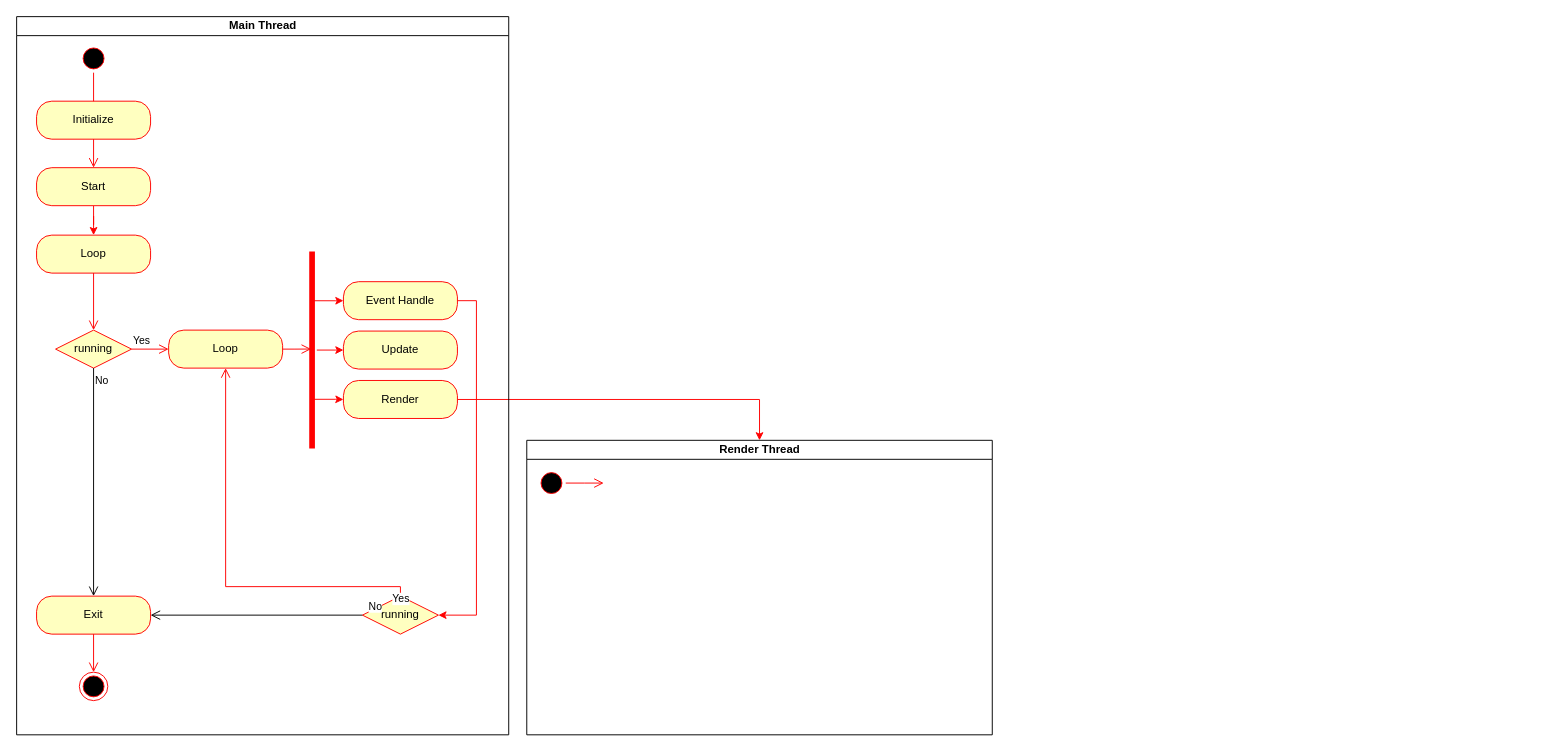
This is Doc/Diagrams/ActivityDiagram.drawio from tptindev/BeEngine, a draw.io file, before an edit. Source tidied: cells renumbered, new cells numbered last; positions are measured from the earlier drawing's top-left corner, leaving out a move shared by most shapes. Both pictures are drawn from the tidied source at 95%, with x=0, y=0 at pixel (16, 16).
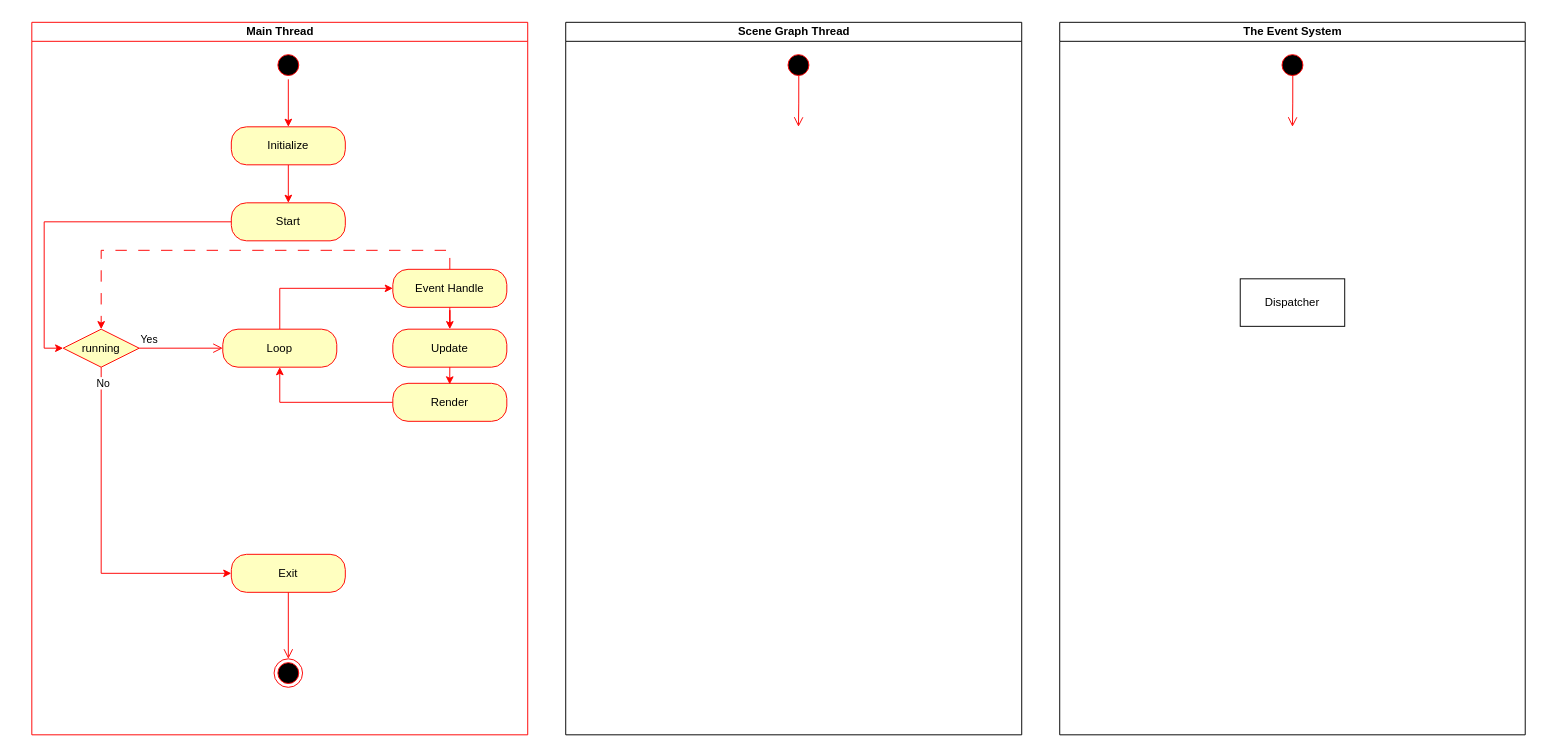
The same diagram, later.

The edit, as a diff of the source:
```diff
@@
-    <mxCell id="2" style="ellipse;html=1;shape=startState;fillColor=#000000;strokeColor=#ff0000;" parent="1" vertex="1">
-      <mxGeometry x="66" y="29" width="30" height="30" as="geometry" />
-    </mxCell>
-    <mxCell id="3" style="edgeStyle=orthogonalEdgeStyle;html=1;verticalAlign=bottom;endArrow=open;endSize=8;strokeColor=#ff0000;rounded=0;" parent="1" edge="1" source="2">
-      <mxGeometry relative="1" as="geometry">
-        <mxPoint x="81" y="119" as="targetPoint" />
-      </mxGeometry>
-    </mxCell>
-    <mxCell id="4" value="Initialize" style="rounded=1;whiteSpace=wrap;html=1;arcSize=40;fontColor=#000000;fillColor=#ffffc0;strokeColor=#ff0000;" parent="1" vertex="1">
-      <mxGeometry x="21" y="89" width="120" height="40" as="geometry" />
-    </mxCell>
-    <mxCell id="5" style="edgeStyle=orthogonalEdgeStyle;html=1;verticalAlign=bottom;endArrow=open;endSize=8;strokeColor=#ff0000;rounded=0;entryX=0.5;entryY=0;entryDx=0;entryDy=0;" parent="1" edge="1" source="4" target="7">
-      <mxGeometry relative="1" as="geometry" />
-    </mxCell>
-    <mxCell id="6" style="edgeStyle=orthogonalEdgeStyle;rounded=0;jettySize=auto;html=1;strokeColor=#ff0000;" parent="1" edge="1" source="7" target="12">
-      <mxGeometry relative="1" as="geometry" />
-    </mxCell>
+    <mxCell id="31" value="Main Thread" style="swimlane;startSize=20;html=1;strokeColor=#ff0000;" parent="1" vertex="1">
+      <mxGeometry x="16" y="6" width="522" height="750" as="geometry" />
+    </mxCell>
+    <mxCell id="35" style="edgeStyle=orthogonalEdgeStyle;rounded=0;jettySize=auto;html=1;exitX=0;exitY=0.5;exitDx=0;exitDy=0;entryX=0.5;entryY=1;entryDx=0;entryDy=0;strokeColor=#ff0000;" parent="31" edge="1" source="27" target="17">
+      <mxGeometry relative="1" as="geometry" />
+    </mxCell>
+    <mxCell id="27" value="Render" style="rounded=1;whiteSpace=wrap;html=1;arcSize=40;fontColor=#000000;fillColor=#ffffc0;strokeColor=#ff0000;" parent="31" vertex="1">
+      <mxGeometry x="380" y="380" width="120" height="40" as="geometry" />
+    </mxCell>
+    <mxCell id="36" style="edgeStyle=orthogonalEdgeStyle;rounded=0;jettySize=auto;html=1;strokeColor=#ff0000;" parent="31" edge="1" source="24" target="25">
+      <mxGeometry relative="1" as="geometry" />
+    </mxCell>
+    <mxCell id="37" style="edgeStyle=orthogonalEdgeStyle;rounded=0;jettySize=auto;html=1;exitX=0.5;exitY=0;exitDx=0;exitDy=0;strokeColor=#ff0000;dashed=1;dashPattern=12 12;" parent="31" edge="1" source="24" target="14">
+      <mxGeometry relative="1" as="geometry" />
+    </mxCell>
+    <mxCell id="24" value="Event Handle" style="rounded=1;whiteSpace=wrap;html=1;arcSize=40;fontColor=#000000;fillColor=#ffffc0;strokeColor=#ff0000;" parent="31" vertex="1">
+      <mxGeometry x="380" y="260" width="120" height="40" as="geometry" />
+    </mxCell>
+    <mxCell id="25" value="Update" style="rounded=1;whiteSpace=wrap;html=1;arcSize=40;fontColor=#000000;fillColor=#ffffc0;strokeColor=#ff0000;" parent="31" vertex="1">
+      <mxGeometry x="380" y="323" width="120" height="40" as="geometry" />
+    </mxCell>
+    <mxCell id="38" style="edgeStyle=orthogonalEdgeStyle;rounded=0;jettySize=auto;html=1;exitX=0.5;exitY=1;exitDx=0;exitDy=0;entryX=0.499;entryY=0.028;entryDx=0;entryDy=0;entryPerimeter=0;strokeColor=#ff0000;" parent="31" edge="1" source="25" target="27">
+      <mxGeometry relative="1" as="geometry" />
+    </mxCell>
+    <mxCell id="39" style="edgeStyle=orthogonalEdgeStyle;rounded=0;jettySize=auto;html=1;exitX=0.5;exitY=0;exitDx=0;exitDy=0;entryX=0;entryY=0.5;entryDx=0;entryDy=0;strokeColor=#ff0000;" parent="31" edge="1" source="17" target="24">
+      <mxGeometry relative="1" as="geometry" />
+    </mxCell>
+    <mxCell id="17" value="Loop" style="rounded=1;whiteSpace=wrap;html=1;arcSize=40;fontColor=#000000;fillColor=#ffffc0;strokeColor=#ff0000;" parent="31" vertex="1">
+      <mxGeometry x="201" y="323" width="120" height="40" as="geometry" />
+    </mxCell>
-    <mxCell id="7" value="Start" style="rounded=1;whiteSpace=wrap;html=1;arcSize=40;fontColor=#000000;fillColor=#ffffc0;strokeColor=#ff0000;" parent="1" vertex="1">
-      <mxGeometry x="21" y="159" width="120" height="40" as="geometry" />
+    <mxCell id="7" value="Start" style="rounded=1;whiteSpace=wrap;html=1;arcSize=40;fontColor=#000000;fillColor=#ffffc0;strokeColor=#ff0000;" parent="31" vertex="1">
+      <mxGeometry x="210" y="190" width="120" height="40" as="geometry" />
     </mxCell>
-    <mxCell id="8" style="edgeStyle=orthogonalEdgeStyle;rounded=0;orthogonalLoop=1;jettySize=auto;html=1;exitX=0.5;exitY=1;exitDx=0;exitDy=0;" parent="1" edge="1" source="7" target="7">
+    <mxCell id="8" style="edgeStyle=orthogonalEdgeStyle;rounded=0;orthogonalLoop=1;jettySize=auto;html=1;exitX=0.5;exitY=1;exitDx=0;exitDy=0;" parent="31" edge="1" source="7" target="7">
       <mxGeometry relative="1" as="geometry" />
     </mxCell>
-    <mxCell id="9" value="Exit" style="rounded=1;whiteSpace=wrap;html=1;arcSize=40;fontColor=#000000;fillColor=#ffffc0;strokeColor=#ff0000;" parent="1" vertex="1">
-      <mxGeometry x="21" y="610" width="120" height="40" as="geometry" />
-    </mxCell>
-    <mxCell id="10" style="edgeStyle=orthogonalEdgeStyle;html=1;verticalAlign=bottom;endArrow=open;endSize=8;strokeColor=#ff0000;rounded=0;entryX=0.5;entryY=0;entryDx=0;entryDy=0;" parent="1" edge="1" source="9" target="11">
-      <mxGeometry relative="1" as="geometry" />
-    </mxCell>
-    <mxCell id="11" style="ellipse;html=1;shape=endState;fillColor=#000000;strokeColor=#ff0000;" parent="1" vertex="1">
-      <mxGeometry x="66" y="690" width="30" height="30" as="geometry" />
-    </mxCell>
-    <mxCell id="12" value="Loop" style="rounded=1;whiteSpace=wrap;html=1;arcSize=40;fontColor=#000000;fillColor=#ffffc0;strokeColor=#ff0000;" parent="1" vertex="1">
-      <mxGeometry x="21" y="230" width="120" height="40" as="geometry" />
-    </mxCell>
-    <mxCell id="13" style="edgeStyle=orthogonalEdgeStyle;html=1;verticalAlign=bottom;endArrow=open;endSize=8;strokeColor=#ff0000;rounded=0;entryX=0.5;entryY=0;entryDx=0;entryDy=0;" parent="1" edge="1" source="12" target="14">
-      <mxGeometry relative="1" as="geometry" />
-    </mxCell>
+    <mxCell id="5" style="edgeStyle=orthogonalEdgeStyle;rounded=0;jettySize=auto;html=1;exitX=0.5;exitY=1;exitDx=0;exitDy=0;entryX=0.5;entryY=0;entryDx=0;entryDy=0;strokeColor=#ff0000;" parent="31" edge="1" source="4" target="7">
+      <mxGeometry relative="1" as="geometry" />
+    </mxCell>
+    <mxCell id="4" value="Initialize" style="rounded=1;whiteSpace=wrap;html=1;arcSize=40;fontColor=#000000;fillColor=#ffffc0;strokeColor=#ff0000;" parent="31" vertex="1">
+      <mxGeometry x="210" y="110" width="120" height="40" as="geometry" />
+    </mxCell>
+    <mxCell id="40" style="edgeStyle=orthogonalEdgeStyle;rounded=0;jettySize=auto;html=1;entryX=0.5;entryY=0;entryDx=0;entryDy=0;strokeColor=#ff0000;exitX=0.5;exitY=1;exitDx=0;exitDy=0;" parent="31" edge="1" source="2" target="4">
+      <mxGeometry relative="1" as="geometry">
+        <Array as="points">
+          <mxPoint x="270" y="60" />
+        </Array>
+      </mxGeometry>
+    </mxCell>
+    <mxCell id="2" style="ellipse;html=1;shape=startState;fillColor=#000000;strokeColor=#ff0000;" parent="31" vertex="1">
+      <mxGeometry x="255" y="30" width="30" height="30" as="geometry" />
+    </mxCell>
+    <mxCell id="16" style="edgeStyle=orthogonalEdgeStyle;rounded=0;jettySize=auto;html=1;exitX=0.5;exitY=1;exitDx=0;exitDy=0;entryX=0;entryY=0.5;entryDx=0;entryDy=0;strokeColor=#ff0000;" parent="31" edge="1" source="14" target="9">
+      <mxGeometry relative="1" as="geometry" />
+    </mxCell>
+    <mxCell id="41" value="No" style="edgeLabel;html=1;align=center;verticalAlign=middle;" parent="16" vertex="1">
+      <mxGeometry x="-0.91" y="1" relative="1" as="geometry" />
+    </mxCell>
-    <mxCell id="14" value="running" style="rhombus;whiteSpace=wrap;html=1;fontColor=#000000;fillColor=#ffffc0;strokeColor=#ff0000;" parent="1" vertex="1">
-      <mxGeometry x="41" y="330" width="80" height="40" as="geometry" />
+    <mxCell id="14" value="running" style="rhombus;whiteSpace=wrap;html=1;fontColor=#000000;fillColor=#ffffc0;strokeColor=#ff0000;" parent="31" vertex="1">
+      <mxGeometry x="33" y="323" width="80" height="40" as="geometry" />
     </mxCell>
-    <mxCell id="15" value="Yes" style="edgeStyle=orthogonalEdgeStyle;html=1;align=left;verticalAlign=bottom;endArrow=open;endSize=8;strokeColor=#ff0000;rounded=0;entryX=0;entryY=0.5;entryDx=0;entryDy=0;" parent="1" edge="1" source="14" target="17">
+    <mxCell id="15" value="Yes" style="edgeStyle=orthogonalEdgeStyle;html=1;align=left;verticalAlign=bottom;endArrow=open;endSize=8;strokeColor=#ff0000;rounded=0;entryX=0;entryY=0.5;entryDx=0;entryDy=0;" parent="31" edge="1" source="14" target="17">
       <mxGeometry x="-1" relative="1" as="geometry" />
     </mxCell>
-    <mxCell id="16" value="No" style="edgeStyle=orthogonalEdgeStyle;html=1;align=left;verticalAlign=top;endArrow=open;endSize=8;strokeColor=#000000;rounded=0;entryX=0.5;entryY=0;entryDx=0;entryDy=0;" parent="1" edge="1" source="14" target="9">
-      <mxGeometry x="-1" relative="1" as="geometry" />
-    </mxCell>
-    <mxCell id="17" value="Loop" style="rounded=1;whiteSpace=wrap;html=1;arcSize=40;fontColor=#000000;fillColor=#ffffc0;strokeColor=#ff0000;" parent="1" vertex="1">
-      <mxGeometry x="160" y="330" width="120" height="40" as="geometry" />
-    </mxCell>
-    <mxCell id="18" style="edgeStyle=orthogonalEdgeStyle;html=1;verticalAlign=bottom;endArrow=open;endSize=8;strokeColor=#ff0000;rounded=0;entryX=0.495;entryY=0.6;entryDx=0;entryDy=0;entryPerimeter=0;" parent="1" edge="1" source="17" target="22">
-      <mxGeometry relative="1" as="geometry" />
-    </mxCell>
-    <mxCell id="19" style="edgeStyle=orthogonalEdgeStyle;rounded=0;jettySize=auto;html=1;exitX=0.25;exitY=0.5;exitDx=0;exitDy=0;exitPerimeter=0;strokeColor=#ff0000;" parent="1" edge="1" source="22" target="24">
-      <mxGeometry relative="1" as="geometry" />
-    </mxCell>
-    <mxCell id="20" style="edgeStyle=orthogonalEdgeStyle;rounded=0;jettySize=auto;html=1;strokeColor=#ff0000;" parent="1" edge="1" source="22" target="25">
-      <mxGeometry relative="1" as="geometry" />
-    </mxCell>
-    <mxCell id="21" style="edgeStyle=orthogonalEdgeStyle;rounded=0;jettySize=auto;html=1;exitX=0.75;exitY=0.5;exitDx=0;exitDy=0;exitPerimeter=0;strokeColor=#ff0000;" parent="1" edge="1" source="22" target="27">
-      <mxGeometry relative="1" as="geometry" />
-    </mxCell>
-    <mxCell id="22" style="shape=line;html=1;strokeWidth=6;strokeColor=#ff0000;direction=south;" parent="1" vertex="1">
-      <mxGeometry x="306" y="247.2" width="10" height="207.5" as="geometry" />
-    </mxCell>
-    <mxCell id="23" style="edgeStyle=orthogonalEdgeStyle;rounded=0;jettySize=auto;html=1;exitX=1;exitY=0.5;exitDx=0;exitDy=0;entryX=1;entryY=0.5;entryDx=0;entryDy=0;strokeColor=#ff0000;" parent="1" edge="1" source="24" target="28">
-      <mxGeometry relative="1" as="geometry" />
-    </mxCell>
-    <mxCell id="24" value="Event Handle" style="rounded=1;whiteSpace=wrap;html=1;arcSize=40;fontColor=#000000;fillColor=#ffffc0;strokeColor=#ff0000;" parent="1" vertex="1">
-      <mxGeometry x="344" y="279" width="120" height="40" as="geometry" />
-    </mxCell>
-    <mxCell id="25" value="Update" style="rounded=1;whiteSpace=wrap;html=1;arcSize=40;fontColor=#000000;fillColor=#ffffc0;strokeColor=#ff0000;" parent="1" vertex="1">
-      <mxGeometry x="344" y="331" width="120" height="40" as="geometry" />
-    </mxCell>
-    <mxCell id="26" style="edgeStyle=orthogonalEdgeStyle;rounded=0;jettySize=auto;html=1;exitX=1;exitY=0.5;exitDx=0;exitDy=0;strokeColor=#ff0000;" parent="1" edge="1" source="27" target="32">
-      <mxGeometry relative="1" as="geometry" />
-    </mxCell>
-    <mxCell id="27" value="Render" style="rounded=1;whiteSpace=wrap;html=1;arcSize=40;fontColor=#000000;fillColor=#ffffc0;strokeColor=#ff0000;" parent="1" vertex="1">
-      <mxGeometry x="344" y="383" width="120" height="40" as="geometry" />
-    </mxCell>
-    <mxCell id="28" value="running" style="rhombus;whiteSpace=wrap;html=1;fontColor=#000000;fillColor=#ffffc0;strokeColor=#ff0000;" parent="1" vertex="1">
-      <mxGeometry x="364" y="610" width="80" height="40" as="geometry" />
-    </mxCell>
-    <mxCell id="29" value="No" style="edgeStyle=orthogonalEdgeStyle;html=1;align=left;verticalAlign=bottom;endArrow=open;endSize=8;strokeColor=#ff0000;rounded=0;exitX=0.5;exitY=0;exitDx=0;exitDy=0;entryX=0.5;entryY=1;entryDx=0;entryDy=0;" parent="1" edge="1" source="28" target="17">
-      <mxGeometry x="-0.79" y="30" relative="1" as="geometry">
-        <Array as="points">
-          <mxPoint x="404" y="600" />
-          <mxPoint x="220" y="600" />
-        </Array>
-      </mxGeometry>
-    </mxCell>
-    <mxCell id="30" value="Yes" style="edgeStyle=orthogonalEdgeStyle;html=1;align=left;verticalAlign=top;endArrow=open;endSize=8;strokeColor=#000000;rounded=0;entryX=1;entryY=0.5;entryDx=0;entryDy=0;" parent="1" edge="1" source="28" target="9">
-      <mxGeometry x="-1" y="-42" relative="1" as="geometry">
-        <mxPoint x="30" y="12" as="offset" />
-      </mxGeometry>
-    </mxCell>
-    <mxCell id="31" value="Main Thread" style="swimlane;startSize=20;html=1;" parent="1" vertex="1">
-      <mxGeometry width="518" height="756" as="geometry" />
-    </mxCell>
+    <mxCell id="42" style="edgeStyle=orthogonalEdgeStyle;rounded=0;jettySize=auto;html=1;exitX=0;exitY=0.5;exitDx=0;exitDy=0;strokeColor=#ff0000;entryX=0;entryY=0.5;entryDx=0;entryDy=0;" parent="31" edge="1" source="7" target="14">
+      <mxGeometry relative="1" as="geometry" />
+    </mxCell>
+    <mxCell id="9" value="Exit" style="rounded=1;whiteSpace=wrap;html=1;arcSize=40;fontColor=#000000;fillColor=#ffffc0;strokeColor=#ff0000;" parent="31" vertex="1">
+      <mxGeometry x="210" y="560" width="120" height="40" as="geometry" />
+    </mxCell>
+    <mxCell id="11" style="ellipse;html=1;shape=endState;fillColor=#000000;strokeColor=#ff0000;" parent="31" vertex="1">
+      <mxGeometry x="255" y="670" width="30" height="30" as="geometry" />
+    </mxCell>
+    <mxCell id="10" style="edgeStyle=orthogonalEdgeStyle;html=1;verticalAlign=bottom;endArrow=open;endSize=8;strokeColor=#ff0000;rounded=0;entryX=0.5;entryY=0;entryDx=0;entryDy=0;" parent="31" edge="1" source="9" target="11">
+      <mxGeometry relative="1" as="geometry" />
+    </mxCell>
-    <mxCell id="32" value="Render Thread" style="swimlane;startSize=20;html=1;" parent="1" vertex="1">
-      <mxGeometry x="537" y="446" width="490" height="310" as="geometry" />
+    <mxCell id="32" value="Scene Graph Thread" style="swimlane;startSize=20;html=1;glass=0;" parent="1" vertex="1">
+      <mxGeometry x="578" y="6" width="480" height="750" as="geometry" />
     </mxCell>
     <mxCell id="33" style="ellipse;html=1;shape=startState;fillColor=#000000;strokeColor=#ff0000;" parent="32" vertex="1">
-      <mxGeometry x="11" y="30" width="30" height="30" as="geometry" />
+      <mxGeometry x="230" y="30" width="30" height="30" as="geometry" />
     </mxCell>
-    <mxCell id="34" style="edgeStyle=orthogonalEdgeStyle;html=1;verticalAlign=bottom;endArrow=open;endSize=8;strokeColor=#ff0000;rounded=0;" parent="32" edge="1" source="33">
+    <mxCell id="34" style="edgeStyle=orthogonalEdgeStyle;html=1;verticalAlign=bottom;endArrow=open;endSize=8;strokeColor=#ff0000;rounded=0;exitX=0.511;exitY=0.844;exitDx=0;exitDy=0;exitPerimeter=0;entryX=0.5;entryY=0;entryDx=0;entryDy=0;" parent="32" edge="1" source="33">
       <mxGeometry relative="1" as="geometry">
-        <mxPoint x="81" y="45" as="targetPoint" />
+        <mxPoint x="245" y="110" as="targetPoint" />
       </mxGeometry>
     </mxCell>
+    <mxCell id="43" value="The Event System" style="swimlane;startSize=20;html=1;" parent="1" vertex="1">
+      <mxGeometry x="1098" y="6" width="490" height="750" as="geometry" />
+    </mxCell>
+    <mxCell id="44" style="ellipse;html=1;shape=startState;fillColor=#000000;strokeColor=#ff0000;" parent="43" vertex="1">
+      <mxGeometry x="230" y="30" width="30" height="30" as="geometry" />
+    </mxCell>
+    <mxCell id="45" style="edgeStyle=orthogonalEdgeStyle;html=1;verticalAlign=bottom;endArrow=open;endSize=8;strokeColor=#ff0000;rounded=0;exitX=0.511;exitY=0.844;exitDx=0;exitDy=0;exitPerimeter=0;" parent="43" edge="1" source="44">
+      <mxGeometry relative="1" as="geometry">
+        <mxPoint x="245" y="110" as="targetPoint" />
+      </mxGeometry>
+    </mxCell>
+    <mxCell id="46" value="Dispatcher" style="html=1;whiteSpace=wrap;" parent="43" vertex="1">
+      <mxGeometry x="190" y="270" width="110" height="50" as="geometry" />
+    </mxCell>
```
